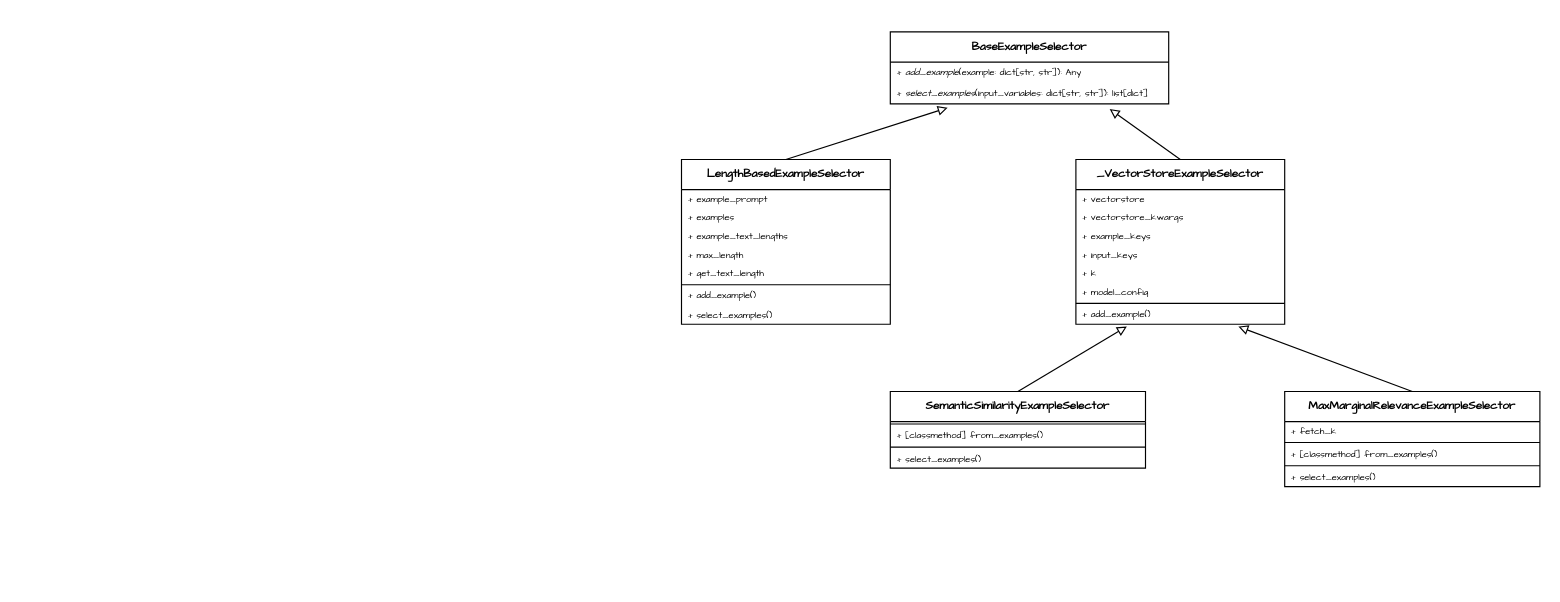
The draw.io diagram page "ExampleSelector" (5 of 8) of Draw_Files/langchain.drawio in wangmu0115/WangMu, before the edit. Source tidied: cells renumbered, new cells numbered last; positions are measured from the earlier drawing's top-left corner, leaving out a move shared by most shapes. Both pictures are drawn from the tidied source at 116%, with x=0, y=0 at pixel (681, 31).
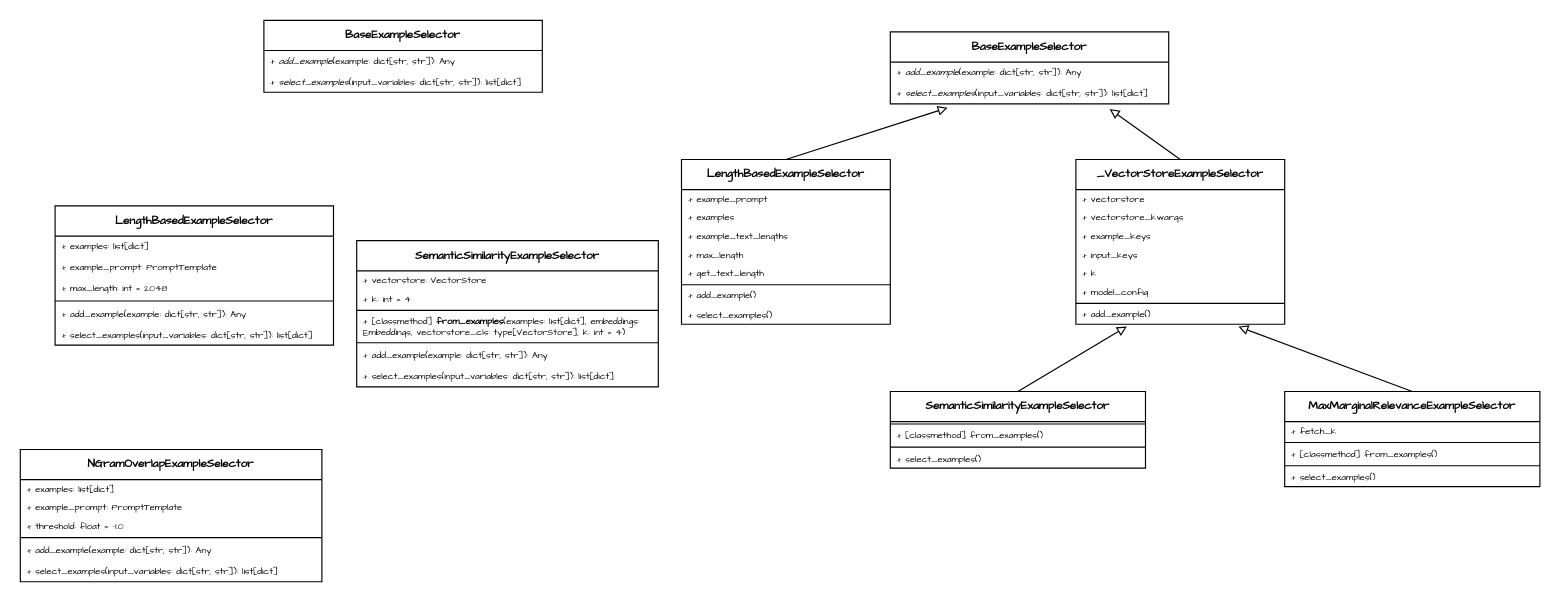
Above is the later version.

What changed in the source:
```diff
@@
+    <mxCell id="38" value="LengthBasedExampleSelector" style="swimlane;fontStyle=1;align=center;verticalAlign=top;horizontal=1;startSize=26;whiteSpace=wrap;html=1;fontFamily=Comic Sans MS;fontSize=10;" parent="1" vertex="1">
+      <mxGeometry x="-540" y="150" width="240" height="120" as="geometry" />
+    </mxCell>
+    <mxCell id="39" value="+ examples: list[dict]" style="text;strokeColor=none;fillColor=none;align=left;verticalAlign=middle;spacingLeft=4;spacingRight=4;overflow=hidden;whiteSpace=wrap;html=1;fontFamily=Comic Sans MS;fontSize=8;" parent="38" vertex="1">
+      <mxGeometry y="26" width="240" height="18" as="geometry" />
+    </mxCell>
+    <mxCell id="40" value="+ example_prompt: PromptTemplate" style="text;strokeColor=none;fillColor=none;align=left;verticalAlign=middle;spacingLeft=4;spacingRight=4;overflow=hidden;whiteSpace=wrap;html=1;fontFamily=Comic Sans MS;fontSize=8;" parent="38" vertex="1">
+      <mxGeometry y="44" width="240" height="18" as="geometry" />
+    </mxCell>
+    <mxCell id="41" value="+ max_length: int = 2048" style="text;strokeColor=none;fillColor=none;align=left;verticalAlign=middle;spacingLeft=4;spacingRight=4;overflow=hidden;whiteSpace=wrap;html=1;fontFamily=Comic Sans MS;fontSize=8;" parent="38" vertex="1">
+      <mxGeometry y="62" width="240" height="18" as="geometry" />
+    </mxCell>
+    <mxCell id="42" style="line;strokeWidth=1;fillColor=none;align=left;verticalAlign=middle;spacingTop=-1;spacingLeft=3;spacingRight=3;labelPosition=right;strokeColor=inherit;fontFamily=Comic Sans MS;" parent="38" vertex="1">
+      <mxGeometry y="80" width="240" height="4" as="geometry" />
+    </mxCell>
+    <mxCell id="43" value="+ add_example(example: dict[str, str]): Any" style="text;strokeColor=none;fillColor=none;align=left;verticalAlign=middle;spacingLeft=4;spacingRight=4;overflow=hidden;whiteSpace=wrap;html=1;fontFamily=Comic Sans MS;fontSize=8;" parent="38" vertex="1">
+      <mxGeometry y="84" width="240" height="18" as="geometry" />
+    </mxCell>
+    <mxCell id="44" value="+ select_examples(input_variables: dict[str, str]):&amp;nbsp;list[dict]" style="text;strokeColor=none;fillColor=none;align=left;verticalAlign=middle;spacingLeft=4;spacingRight=4;overflow=hidden;whiteSpace=wrap;html=1;fontFamily=Comic Sans MS;fontSize=8;" parent="38" vertex="1">
+      <mxGeometry y="102" width="240" height="18" as="geometry" />
+    </mxCell>
+    <mxCell id="45" value="BaseExampleSelector" style="swimlane;fontStyle=1;align=center;verticalAlign=top;horizontal=1;startSize=26;whiteSpace=wrap;html=1;fontFamily=Comic Sans MS;fontSize=10;" parent="1" vertex="1">
+      <mxGeometry x="-360" y="-10" width="240" height="62" as="geometry" />
+    </mxCell>
+    <mxCell id="46" value="+ &lt;i&gt;add_example&lt;/i&gt;(example: dict[str, str]): Any" style="text;strokeColor=none;fillColor=none;align=left;verticalAlign=middle;spacingLeft=4;spacingRight=4;overflow=hidden;whiteSpace=wrap;html=1;fontFamily=Comic Sans MS;fontSize=8;" parent="45" vertex="1">
+      <mxGeometry y="26" width="240" height="18" as="geometry" />
+    </mxCell>
+    <mxCell id="47" value="+ &lt;i&gt;select_examples&lt;/i&gt;(input_variables: dict[str, str]):&amp;nbsp;list[dict]" style="text;strokeColor=none;fillColor=none;align=left;verticalAlign=middle;spacingLeft=4;spacingRight=4;overflow=hidden;whiteSpace=wrap;html=1;fontFamily=Comic Sans MS;fontSize=8;" parent="45" vertex="1">
+      <mxGeometry y="44" width="240" height="18" as="geometry" />
+    </mxCell>
+    <mxCell id="48" value="SemanticSimilarityExampleSelector" style="swimlane;fontStyle=1;align=center;verticalAlign=top;horizontal=1;startSize=26;whiteSpace=wrap;html=1;fontFamily=Comic Sans MS;fontSize=10;" parent="1" vertex="1">
+      <mxGeometry x="-280" y="180" width="260" height="126" as="geometry" />
+    </mxCell>
+    <mxCell id="49" value="+ vectorstore: VectorStore" style="text;strokeColor=none;fillColor=none;align=left;verticalAlign=middle;spacingLeft=4;spacingRight=4;overflow=hidden;whiteSpace=wrap;html=1;fontFamily=Comic Sans MS;fontSize=8;" parent="48" vertex="1">
+      <mxGeometry y="26" width="260" height="16" as="geometry" />
+    </mxCell>
+    <mxCell id="50" value="+ k: int = 4" style="text;strokeColor=none;fillColor=none;align=left;verticalAlign=middle;spacingLeft=4;spacingRight=4;overflow=hidden;whiteSpace=wrap;html=1;fontFamily=Comic Sans MS;fontSize=8;" parent="48" vertex="1">
+      <mxGeometry y="42" width="260" height="16" as="geometry" />
+    </mxCell>
+    <mxCell id="51" style="line;strokeWidth=1;fillColor=none;align=left;verticalAlign=middle;spacingTop=-1;spacingLeft=3;spacingRight=3;labelPosition=right;strokeColor=inherit;fontFamily=Comic Sans MS;" parent="48" vertex="1">
+      <mxGeometry y="58" width="260" height="4" as="geometry" />
+    </mxCell>
+    <mxCell id="52" value="+ [classmethod] &lt;b&gt;from_examples&lt;/b&gt;(examples: list[dict], embeddings: Embeddings, vectorstore_cls: type[VectorStore], k: int = 4)" style="text;strokeColor=none;fillColor=none;align=left;verticalAlign=middle;spacingLeft=4;spacingRight=4;overflow=hidden;whiteSpace=wrap;html=1;fontFamily=Comic Sans MS;fontSize=8;" parent="48" vertex="1">
+      <mxGeometry y="62" width="260" height="24" as="geometry" />
+    </mxCell>
+    <mxCell id="53" style="line;strokeWidth=1;fillColor=none;align=left;verticalAlign=middle;spacingTop=-1;spacingLeft=3;spacingRight=3;labelPosition=right;strokeColor=inherit;" parent="48" vertex="1">
+      <mxGeometry y="86" width="260" height="4" as="geometry" />
+    </mxCell>
+    <mxCell id="54" value="+ add_example(example: dict[str, str]): Any" style="text;strokeColor=none;fillColor=none;align=left;verticalAlign=middle;spacingLeft=4;spacingRight=4;overflow=hidden;whiteSpace=wrap;html=1;fontFamily=Comic Sans MS;fontSize=8;" parent="48" vertex="1">
+      <mxGeometry y="90" width="260" height="18" as="geometry" />
+    </mxCell>
+    <mxCell id="55" value="+ select_examples(input_variables: dict[str, str]):&amp;nbsp;list[dict]" style="text;strokeColor=none;fillColor=none;align=left;verticalAlign=middle;spacingLeft=4;spacingRight=4;overflow=hidden;whiteSpace=wrap;html=1;fontFamily=Comic Sans MS;fontSize=8;" parent="48" vertex="1">
+      <mxGeometry y="108" width="260" height="18" as="geometry" />
+    </mxCell>
+    <mxCell id="56" value="NGramOverlapExampleSelector" style="swimlane;fontStyle=1;align=center;verticalAlign=top;horizontal=1;startSize=26;whiteSpace=wrap;html=1;fontFamily=Comic Sans MS;fontSize=10;" parent="1" vertex="1">
+      <mxGeometry x="-570" y="360" width="260" height="114" as="geometry" />
+    </mxCell>
+    <mxCell id="57" value="+ examples: list[dict]" style="text;strokeColor=none;fillColor=none;align=left;verticalAlign=middle;spacingLeft=4;spacingRight=4;overflow=hidden;whiteSpace=wrap;html=1;fontFamily=Comic Sans MS;fontSize=8;" parent="56" vertex="1">
+      <mxGeometry y="26" width="260" height="16" as="geometry" />
+    </mxCell>
+    <mxCell id="58" value="+ example_prompt: PromptTemplate" style="text;strokeColor=none;fillColor=none;align=left;verticalAlign=middle;spacingLeft=4;spacingRight=4;overflow=hidden;whiteSpace=wrap;html=1;fontFamily=Comic Sans MS;fontSize=8;" parent="56" vertex="1">
+      <mxGeometry y="42" width="260" height="16" as="geometry" />
+    </mxCell>
+    <mxCell id="59" value="+ threshold: float = -1.0" style="text;strokeColor=none;fillColor=none;align=left;verticalAlign=middle;spacingLeft=4;spacingRight=4;overflow=hidden;whiteSpace=wrap;html=1;fontFamily=Comic Sans MS;fontSize=8;" parent="56" vertex="1">
+      <mxGeometry y="58" width="260" height="16" as="geometry" />
+    </mxCell>
+    <mxCell id="60" style="line;strokeWidth=1;fillColor=none;align=left;verticalAlign=middle;spacingTop=-1;spacingLeft=3;spacingRight=3;labelPosition=right;strokeColor=inherit;fontFamily=Comic Sans MS;" parent="56" vertex="1">
+      <mxGeometry y="74" width="260" height="4" as="geometry" />
+    </mxCell>
+    <mxCell id="61" value="+ add_example(example: dict[str, str]): Any" style="text;strokeColor=none;fillColor=none;align=left;verticalAlign=middle;spacingLeft=4;spacingRight=4;overflow=hidden;whiteSpace=wrap;html=1;fontFamily=Comic Sans MS;fontSize=8;" parent="56" vertex="1">
+      <mxGeometry y="78" width="260" height="18" as="geometry" />
+    </mxCell>
+    <mxCell id="62" value="+ select_examples(input_variables: dict[str, str]):&amp;nbsp;list[dict]" style="text;strokeColor=none;fillColor=none;align=left;verticalAlign=middle;spacingLeft=4;spacingRight=4;overflow=hidden;whiteSpace=wrap;html=1;fontFamily=Comic Sans MS;fontSize=8;" parent="56" vertex="1">
+      <mxGeometry y="96" width="260" height="18" as="geometry" />
+    </mxCell>
```
